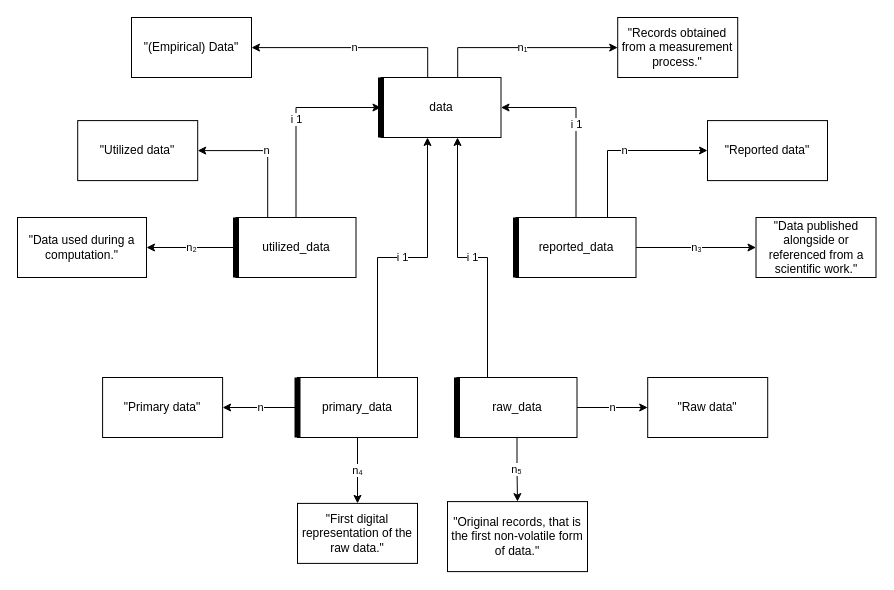
This is page "06-data" (7 of 11) of model-analysis-errors.drawio from nicebread/scientific_errors, a draw.io file, before an edit. Source tidied: cells renumbered, new cells numbered last; positions are measured from the earlier drawing's top-left corner, leaving out a move shared by most shapes. Both pictures are drawn from the tidied source at 100%, with x=0, y=0 at pixel (17, 17).
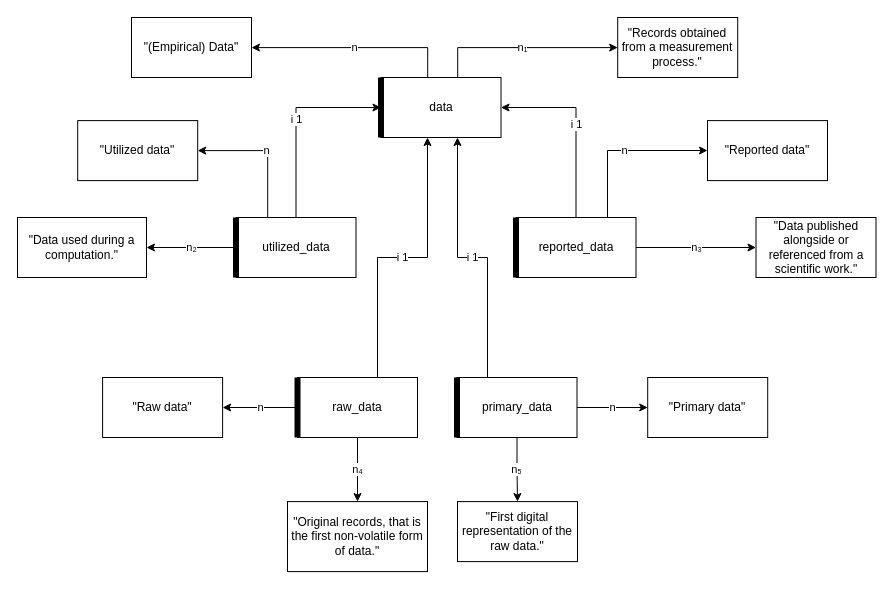
The same page after the edit.

Commit message (it also covers changes not shown here):
Account for the case where the primary data is created by a computation

Unchanged cells that the change refers to:
```xml
<mxCell id="20" style="group;" parent="1" vertex="1">
  <mxGeometry x="435.5" y="360" width="120" height="60" as="geometry" />
</mxCell>
<mxCell id="27" style="group;" parent="1" vertex="1">
  <mxGeometry x="276" y="360" width="120" height="60" as="geometry" />
</mxCell>
```

The edit, as a diff of the source:
```diff
@@
     <mxCell id="19" value="&quot;Original records, that is the first non-volatile form of data.&quot;" style="rounded=0;whiteSpace=wrap;html=1;" parent="1" vertex="1">
-      <mxGeometry x="430" y="484.1" width="140" height="70" as="geometry" />
+      <mxGeometry x="270" y="484.1" width="140" height="70" as="geometry" />
     </mxCell>
@@
-    <mxCell id="21" value="raw_data" style="rounded=0;whiteSpace=wrap;html=1;absoluteArcSize=0;" parent="20" vertex="1">
+    <mxCell id="21" value="primary_data" style="rounded=0;whiteSpace=wrap;html=1;absoluteArcSize=0;" parent="20" vertex="1">
       <mxGeometry x="4" width="120" height="60" as="geometry" />
     </mxCell>
@@
-    <mxCell id="23" value="n₅" style="edgeStyle=orthogonalEdgeStyle;rounded=0;jettySize=auto;html=1;" parent="1" edge="1" source="21" target="19">
+    <mxCell id="23" value="n₅" style="edgeStyle=orthogonalEdgeStyle;rounded=0;jettySize=auto;html=1;" parent="1" edge="1" source="21" target="26">
       <mxGeometry relative="1" as="geometry" />
     </mxCell>
-    <mxCell id="24" value="n₄" style="edgeStyle=orthogonalEdgeStyle;rounded=0;jettySize=auto;html=1;" parent="1" edge="1" source="28" target="26">
+    <mxCell id="24" value="n₄" style="edgeStyle=orthogonalEdgeStyle;rounded=0;jettySize=auto;html=1;" parent="1" edge="1" source="28" target="19">
       <mxGeometry relative="1" as="geometry" />
     </mxCell>
@@
     <mxCell id="26" value="&quot;First digital representation of the raw data.&quot;" style="rounded=0;whiteSpace=wrap;html=1;" parent="1" vertex="1">
-      <mxGeometry x="280" y="485.9" width="120" height="60" as="geometry" />
+      <mxGeometry x="440" y="484.1" width="120" height="60" as="geometry" />
     </mxCell>
@@
-    <mxCell id="28" value="primary_data" style="rounded=0;whiteSpace=wrap;html=1;absoluteArcSize=0;" parent="27" vertex="1">
+    <mxCell id="28" value="raw_data" style="rounded=0;whiteSpace=wrap;html=1;absoluteArcSize=0;" parent="27" vertex="1">
       <mxGeometry x="4" width="120" height="60" as="geometry" />
     </mxCell>
@@
-    <mxCell id="35" value="&quot;Primary data&quot;" style="rounded=0;whiteSpace=wrap;html=1;" parent="1" vertex="1">
+    <mxCell id="35" value="&quot;Raw data&quot;" style="rounded=0;whiteSpace=wrap;html=1;" parent="1" vertex="1">
       <mxGeometry x="85.1" y="360" width="120" height="60" as="geometry" />
     </mxCell>
@@
-    <mxCell id="37" value="&quot;Raw data&quot;" style="rounded=0;whiteSpace=wrap;html=1;" parent="1" vertex="1">
+    <mxCell id="37" value="&quot;Primary data&quot;" style="rounded=0;whiteSpace=wrap;html=1;" parent="1" vertex="1">
       <mxGeometry x="630.2" y="360" width="120" height="60" as="geometry" />
     </mxCell>
```
